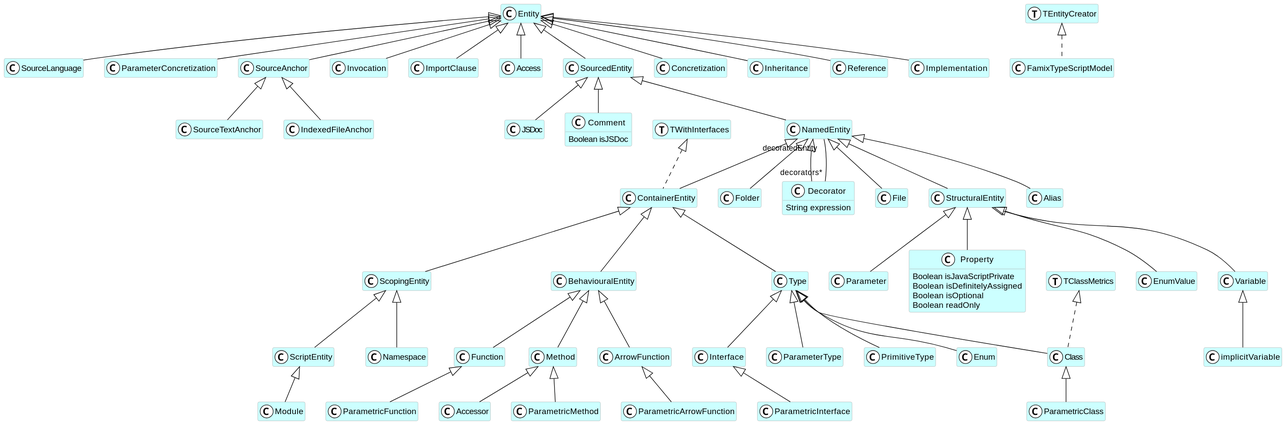
Earlier version of the PlantUML export doc-uml/FamixTypeScript.svg (fuhrmanator/FamixTypeScript).
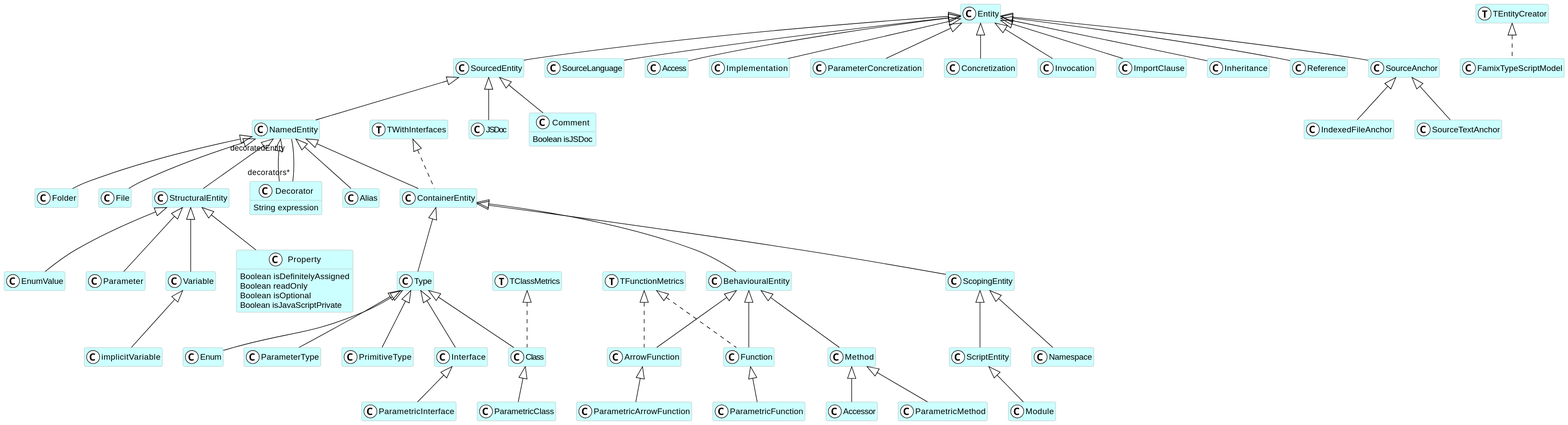
Later version of the same file.

Change to the diagram source:
```diff
@@ -5,165 +5,169 @@
   ArrowColor black
   BorderColor darkGray
 }
+class Parameter <<(C,white)>> #CCFFFF {
+}
+class Alias <<(C,white)>> #CCFFFF {
+}
+class Type <<(C,white)>> #CCFFFF {
+}
+class BehaviouralEntity <<(C,white)>> #CCFFFF {
+}
 class SourceLanguage <<(C,white)>> #CCFFFF {
 }
-class ParameterConcretization <<(C,white)>> #CCFFFF {
+class TEntityCreator <<(T,white)>> #CCFFFF {
 }
-class implicitVariable <<(C,white)>> #CCFFFF {
+class SourcedEntity <<(C,white)>> #CCFFFF {
 }
-class ParameterType <<(C,white)>> #CCFFFF {
+class ContainerEntity <<(C,white)>> #CCFFFF {
 }
-class SourceAnchor <<(C,white)>> #CCFFFF {
-}
-class JSDoc <<(C,white)>> #CCFFFF {
-}
-class Comment <<(C,white)>> #CCFFFF {
-  Boolean isJSDoc
+class Access <<(C,white)>> #CCFFFF {
 }
 class ParametricInterface <<(C,white)>> #CCFFFF {
 }
-class SourceTextAnchor <<(C,white)>> #CCFFFF {
-}
-class FamixTypeScriptModel <<(C,white)>> #CCFFFF {
-}
-class BehaviouralEntity <<(C,white)>> #CCFFFF {
-}
-class PrimitiveType <<(C,white)>> #CCFFFF {
-}
-class Parameter <<(C,white)>> #CCFFFF {
-}
-class Type <<(C,white)>> #CCFFFF {
-}
-class Alias <<(C,white)>> #CCFFFF {
-}
-class Entity <<(C,white)>> #CCFFFF {
-}
-class Namespace <<(C,white)>> #CCFFFF {
-}
-class ContainerEntity <<(C,white)>> #CCFFFF {
-}
-class Property <<(C,white)>> #CCFFFF {
-  Boolean isJavaScriptPrivate
-  Boolean isDefinitelyAssigned
-  Boolean isOptional
-  Boolean readOnly
-}
-class Enum <<(C,white)>> #CCFFFF {
-}
-class Interface <<(C,white)>> #CCFFFF {
-}
-class Folder <<(C,white)>> #CCFFFF {
-}
-class ParametricMethod <<(C,white)>> #CCFFFF {
-}
-class Invocation <<(C,white)>> #CCFFFF {
-}
-class ImportClause <<(C,white)>> #CCFFFF {
-}
-class NamedEntity <<(C,white)>> #CCFFFF {
-}
-class Variable <<(C,white)>> #CCFFFF {
-}
-class ParametricFunction <<(C,white)>> #CCFFFF {
+class TWithInterfaces <<(T,white)>> #CCFFFF {
 }
 class Decorator <<(C,white)>> #CCFFFF {
   String expression
 }
-class Access <<(C,white)>> #CCFFFF {
+class Function <<(C,white)>> #CCFFFF {
 }
-class Class <<(C,white)>> #CCFFFF {
+class Variable <<(C,white)>> #CCFFFF {
 }
-class TWithInterfaces <<(T,white)>> #CCFFFF {
+class Namespace <<(C,white)>> #CCFFFF {
 }
-class TEntityCreator <<(T,white)>> #CCFFFF {
+class Implementation <<(C,white)>> #CCFFFF {
 }
-class Method <<(C,white)>> #CCFFFF {
+class Folder <<(C,white)>> #CCFFFF {
+}
+class StructuralEntity <<(C,white)>> #CCFFFF {
+}
+class ScriptEntity <<(C,white)>> #CCFFFF {
+}
+class NamedEntity <<(C,white)>> #CCFFFF {
+}
+class JSDoc <<(C,white)>> #CCFFFF {
+}
+class ParameterConcretization <<(C,white)>> #CCFFFF {
 }
 class File <<(C,white)>> #CCFFFF {
 }
 class Module <<(C,white)>> #CCFFFF {
 }
+class ParametricClass <<(C,white)>> #CCFFFF {
+}
+class ParametricFunction <<(C,white)>> #CCFFFF {
+}
+class Method <<(C,white)>> #CCFFFF {
+}
+class PrimitiveType <<(C,white)>> #CCFFFF {
+}
+class implicitVariable <<(C,white)>> #CCFFFF {
+}
+class Property <<(C,white)>> #CCFFFF {
+  Boolean isDefinitelyAssigned
+  Boolean readOnly
+  Boolean isOptional
+  Boolean isJavaScriptPrivate
+}
+class Concretization <<(C,white)>> #CCFFFF {
+}
+class Invocation <<(C,white)>> #CCFFFF {
+}
+class FamixTypeScriptModel <<(C,white)>> #CCFFFF {
+}
+class ImportClause <<(C,white)>> #CCFFFF {
+}
+class ParametricMethod <<(C,white)>> #CCFFFF {
+}
+class Inheritance <<(C,white)>> #CCFFFF {
+}
+class Reference <<(C,white)>> #CCFFFF {
+}
+class Enum <<(C,white)>> #CCFFFF {
+}
 class IndexedFileAnchor <<(C,white)>> #CCFFFF {
+}
+class ScopingEntity <<(C,white)>> #CCFFFF {
+}
+class Comment <<(C,white)>> #CCFFFF {
+  Boolean isJSDoc
 }
 class EnumValue <<(C,white)>> #CCFFFF {
 }
-class SourcedEntity <<(C,white)>> #CCFFFF {
+class Accessor <<(C,white)>> #CCFFFF {
+}
+class SourceTextAnchor <<(C,white)>> #CCFFFF {
 }
 class TClassMetrics <<(T,white)>> #CCFFFF {
 }
-class ArrowFunction <<(C,white)>> #CCFFFF {
-}
-class Concretization <<(C,white)>> #CCFFFF {
-}
-class Inheritance <<(C,white)>> #CCFFFF {
-}
-class StructuralEntity <<(C,white)>> #CCFFFF {
-}
-class Accessor <<(C,white)>> #CCFFFF {
-}
-class Reference <<(C,white)>> #CCFFFF {
-}
-class ScriptEntity <<(C,white)>> #CCFFFF {
-}
-class Implementation <<(C,white)>> #CCFFFF {
-}
-class ScopingEntity <<(C,white)>> #CCFFFF {
-}
-class ParametricClass <<(C,white)>> #CCFFFF {
-}
-class Function <<(C,white)>> #CCFFFF {
+class Entity <<(C,white)>> #CCFFFF {
 }
 class ParametricArrowFunction <<(C,white)>> #CCFFFF {
 }
+class Class <<(C,white)>> #CCFFFF {
+}
+class TFunctionMetrics <<(T,white)>> #CCFFFF {
+}
+class ParameterType <<(C,white)>> #CCFFFF {
+}
+class Interface <<(C,white)>> #CCFFFF {
+}
+class ArrowFunction <<(C,white)>> #CCFFFF {
+}
+class SourceAnchor <<(C,white)>> #CCFFFF {
+}
+StructuralEntity <|-- Parameter
+NamedEntity <|-- Alias
+ContainerEntity <|-- Type
+ContainerEntity <|-- BehaviouralEntity
 Entity <|-- SourceLanguage
+Entity <|-- SourcedEntity
+NamedEntity <|-- ContainerEntity
+Entity <|-- Access
+Interface <|-- ParametricInterface
+NamedEntity <|-- Decorator
+BehaviouralEntity <|-- Function
+StructuralEntity <|-- Variable
+ScopingEntity <|-- Namespace
+Entity <|-- Implementation
+NamedEntity <|-- Folder
+NamedEntity <|-- StructuralEntity
+ScopingEntity <|-- ScriptEntity
+SourcedEntity <|-- NamedEntity
+SourcedEntity <|-- JSDoc
+NamedEntity <|-- File
 Entity <|-- ParameterConcretization
+ScriptEntity <|-- Module
+Class <|-- ParametricClass
+Function <|-- ParametricFunction
+BehaviouralEntity <|-- Method
+Type <|-- PrimitiveType
+StructuralEntity <|-- Property
+Entity <|-- Concretization
+Entity <|-- Invocation
+Variable <|-- implicitVariable
+Entity <|-- ImportClause
+Method <|-- ParametricMethod
+Entity <|-- Inheritance
+Entity <|-- Reference
+Type <|-- Enum
+ContainerEntity <|-- ScopingEntity
+SourceAnchor <|-- IndexedFileAnchor
+SourcedEntity <|-- Comment
+StructuralEntity <|-- EnumValue
+SourceAnchor <|-- SourceTextAnchor
+ArrowFunction <|-- ParametricArrowFunction
+Method <|-- Accessor
+Type <|-- Class
 Type <|-- ParameterType
-Variable <|-- implicitVariable
+Type <|-- Interface
+BehaviouralEntity <|-- ArrowFunction
 Entity <|-- SourceAnchor
-SourcedEntity <|-- JSDoc
-SourcedEntity <|-- Comment
-Interface <|-- ParametricInterface
-SourceAnchor <|-- SourceTextAnchor
-ContainerEntity <|-- BehaviouralEntity
-Type <|-- PrimitiveType
-NamedEntity <|-- Alias
-StructuralEntity <|-- Parameter
-ContainerEntity <|-- Type
-NamedEntity <|-- ContainerEntity
-ScopingEntity <|-- Namespace
-StructuralEntity <|-- Property
-Type <|-- Enum
-Type <|-- Interface
-NamedEntity <|-- Folder
-Entity <|-- Invocation
-SourcedEntity <|-- NamedEntity
-Method <|-- ParametricMethod
-Entity <|-- ImportClause
-StructuralEntity <|-- Variable
-Function <|-- ParametricFunction
-NamedEntity <|-- Decorator
-Entity <|-- Access
-Type <|-- Class
-BehaviouralEntity <|-- Method
-NamedEntity <|-- File
-ScriptEntity <|-- Module
-SourceAnchor <|-- IndexedFileAnchor
-Entity <|-- SourcedEntity
-BehaviouralEntity <|-- ArrowFunction
-Entity <|-- Concretization
-StructuralEntity <|-- EnumValue
-Entity <|-- Inheritance
-NamedEntity <|-- StructuralEntity
-Method <|-- Accessor
-Entity <|-- Reference
-ScopingEntity <|-- ScriptEntity
-Entity <|-- Implementation
-ContainerEntity <|-- ScopingEntity
-Class <|-- ParametricClass
-BehaviouralEntity <|-- Function
-ArrowFunction <|-- ParametricArrowFunction
+TWithInterfaces <|.. ContainerEntity
+TFunctionMetrics <|.. Function
 TEntityCreator <|.. FamixTypeScriptModel
-TWithInterfaces <|.. ContainerEntity
 TClassMetrics <|.. Class
-NamedEntity "decoratedEntity" -- "decorators*" Decorator
+TFunctionMetrics <|.. ArrowFunction
+Decorator "decorators*" -- "decoratedEntity" NamedEntity
 @enduml
```
